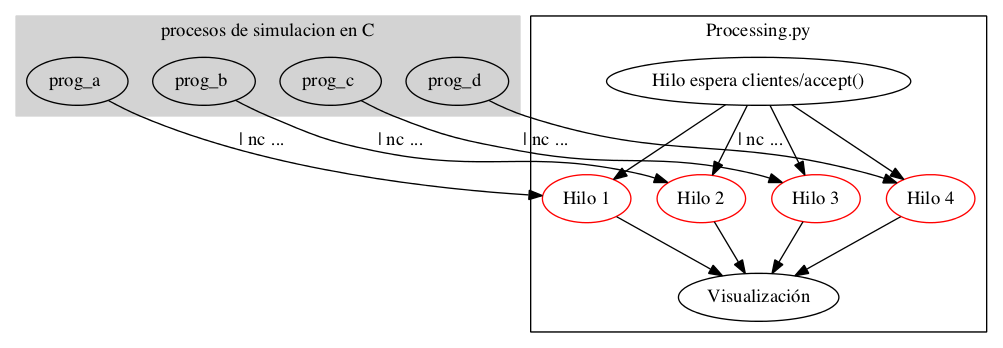
Before: static/esquema.png, a diagram exported from Graphviz (UNPSJB/so-ipc-2015). Its source is kept beside it as static/esquema.dot.
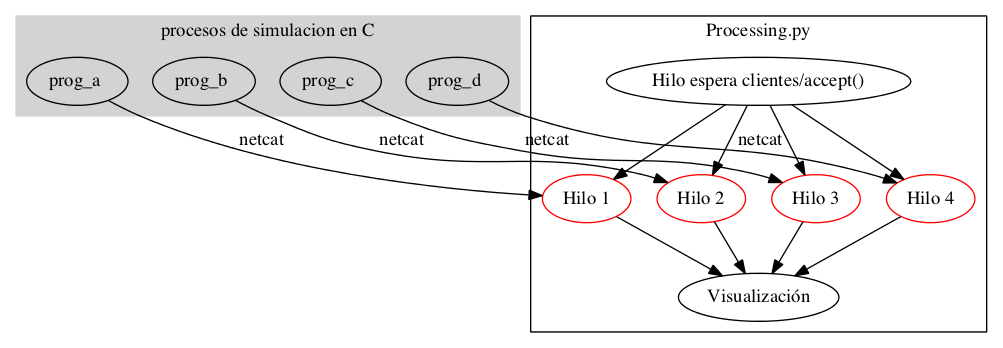
After the change.

What changed in the source:
```diff
@@ -17,10 +17,10 @@
         th4 [label="Hilo 4", color="red"];
         vis [label="Visualización"];
     }
-    prog_a -> th1 [label=" | nc ..."];
-    prog_b -> th2 [label=" | nc ..."];
-    prog_c -> th3 [label=" | nc ..."];
-    prog_d -> th4 [label=" | nc ..."];
+    prog_a -> th1 [label=" netcat"];
+    prog_b -> th2 [label=" netcat"];
+    prog_c -> th3 [label=" netcat"];
+    prog_d -> th4 [label=" netcat"];
 
     th1 -> vis;
     th2 -> vis;
@@ -31,7 +31,4 @@
     th0->th2;
     th0->th3;
     th0->th4;
-
-
-
 }
```
